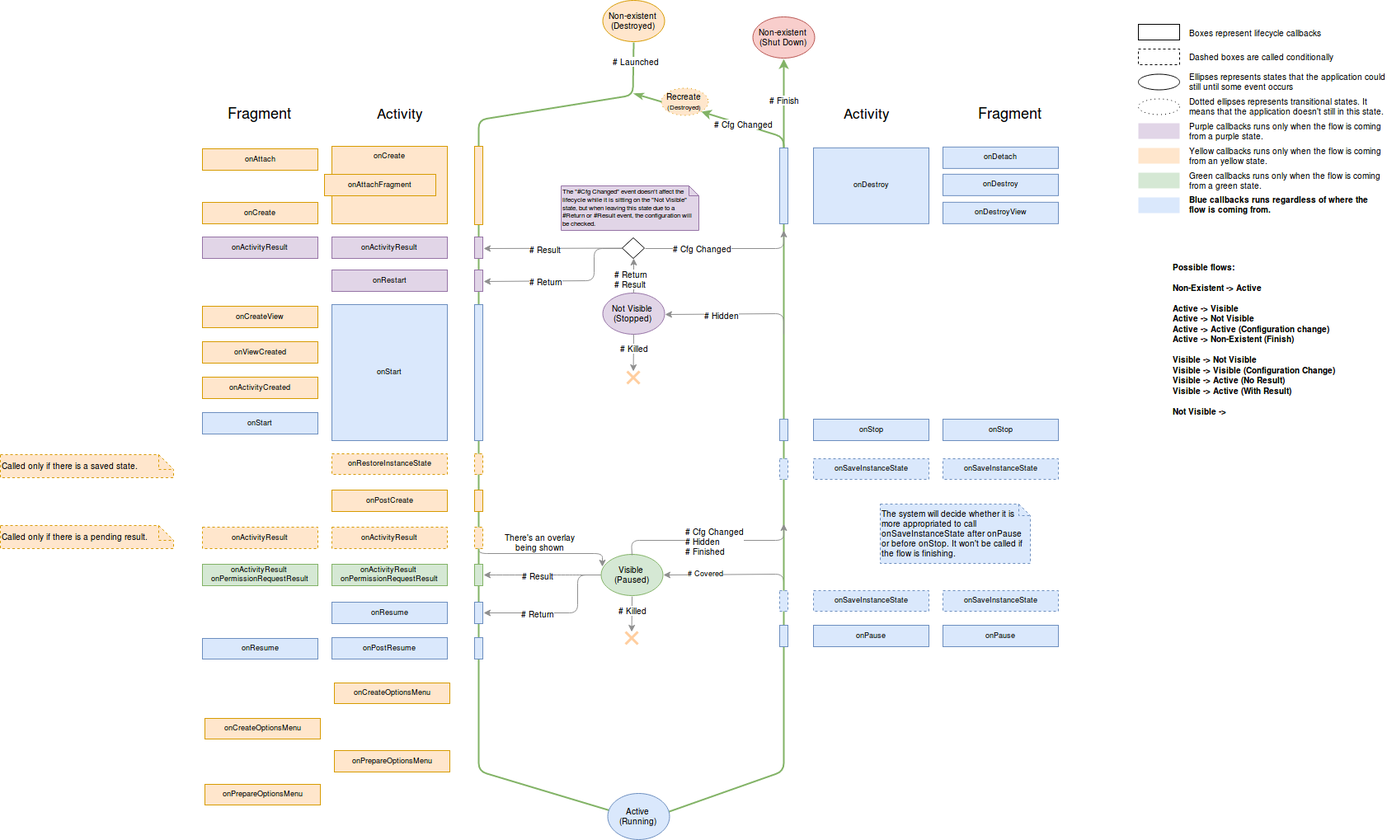
Earlier version of the draw.io export doc/Lifecycle.png (TartagliaEG/android-lifecycle-tests). Source tidied: cells renumbered, new cells last; positions are measured from the earlier drawing's top-left corner, leaving out a move shared by most shapes.
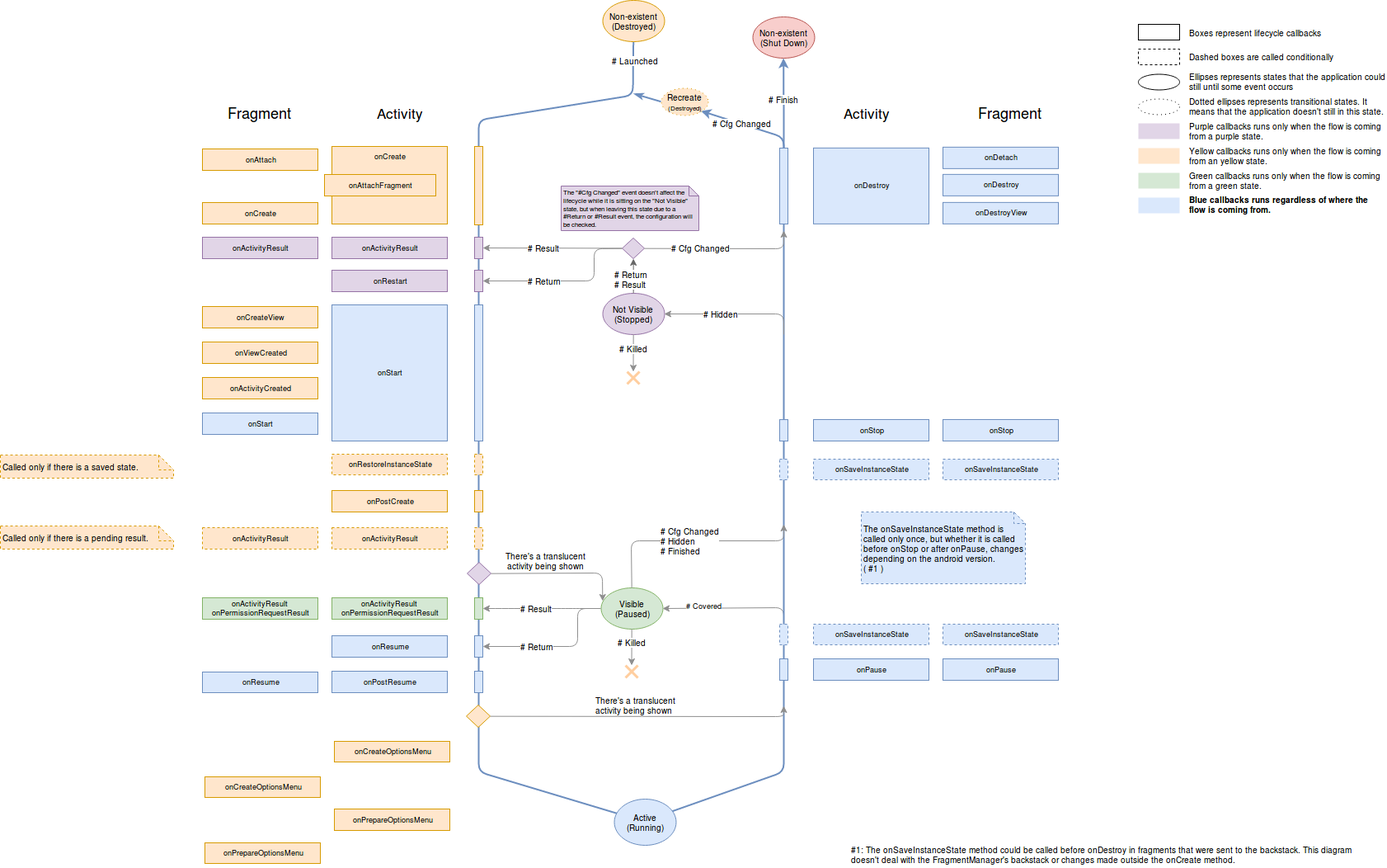
The same diagram one commit later.

What changed in the source:
```diff
@@ -4,8 +4,6 @@
     <mxCell id="1" parent="0" />
-    <mxCell id="2" style="endArrow=classic;html=1;strokeColor=#8F8F8F;strokeWidth=1;fontFamily=Helvetica;fontSize=10;entryX=0.033;entryY=0.318;entryPerimeter=0;" parent="1" edge="1" target="52">
+    <mxCell id="2" style="endArrow=classic;html=1;strokeColor=#8F8F8F;strokeWidth=1;fontFamily=Helvetica;fontSize=10;entryX=0.033;entryY=0.318;entryPerimeter=0;fillColor=#e1d5e7;exitX=1;exitY=0.5;" parent="1" edge="1" source="118" target="52">
       <mxGeometry relative="1" as="geometry">
-        <mxPoint x="580" y="662" as="sourcePoint" />
         <Array as="points">
-          <mxPoint x="580" y="671" />
-          <mxPoint x="730" y="671" />
+          <mxPoint x="730" y="694" />
         </Array>
@@ -13,5 +11,5 @@
     </mxCell>
-    <mxCell id="3" value="There's an overlay&lt;br&gt;being shown" style="text;html=1;align=center;verticalAlign=middle;labelBackgroundColor=#ffffff;fontSize=10;fontFamily=Helvetica;" parent="2" vertex="1">
+    <mxCell id="3" value="There's a translucent&lt;br&gt;activity being shown" style="text;html=1;align=center;verticalAlign=middle;labelBackgroundColor=#ffffff;fontSize=10;fontFamily=Helvetica;" parent="2" vertex="1">
       <mxGeometry x="-0.08" y="-1" relative="1" as="geometry">
-        <mxPoint x="2" y="-16" as="offset" />
+        <mxPoint x="-12" y="-16" as="offset" />
       </mxGeometry>
@@ -25,12 +23,12 @@
     <mxCell id="6" value="onResume" style="whiteSpace=wrap;html=1;strokeWidth=1;fillColor=#dae8fc;strokeColor=#6c8ebf;fontSize=9;" parent="1" vertex="1">
-      <mxGeometry x="402" y="730" width="140" height="26" as="geometry" />
+      <mxGeometry x="402" y="770" width="140" height="26" as="geometry" />
     </mxCell>
     <mxCell id="7" value="onPostResume" style="whiteSpace=wrap;html=1;strokeWidth=1;fillColor=#dae8fc;strokeColor=#6c8ebf;fontSize=9;" parent="1" vertex="1">
-      <mxGeometry x="402" y="773" width="140" height="26" as="geometry" />
+      <mxGeometry x="402" y="813" width="140" height="26" as="geometry" />
     </mxCell>
     <mxCell id="8" value="onCreateOptionsMenu" style="whiteSpace=wrap;html=1;strokeWidth=1;fillColor=#ffe6cc;strokeColor=#d79b00;fontSize=9;" parent="1" vertex="1">
-      <mxGeometry x="405" y="828" width="140" height="25" as="geometry" />
+      <mxGeometry x="405" y="898" width="140" height="25" as="geometry" />
     </mxCell>
     <mxCell id="9" value="onPrepareOptionsMenu" style="whiteSpace=wrap;html=1;strokeWidth=1;fillColor=#ffe6cc;strokeColor=#d79b00;fontSize=9;" parent="1" vertex="1">
-      <mxGeometry x="405" y="910" width="140" height="26" as="geometry" />
+      <mxGeometry x="405" y="980" width="140" height="26" as="geometry" />
     </mxCell>
@@ -52,15 +50,15 @@
     <mxCell id="15" value="onResume" style="whiteSpace=wrap;html=1;strokeWidth=1;fillColor=#dae8fc;strokeColor=#6c8ebf;fontSize=9;" parent="1" vertex="1">
-      <mxGeometry x="245" y="774" width="140" height="25" as="geometry" />
+      <mxGeometry x="245" y="814" width="140" height="25" as="geometry" />
     </mxCell>
     <mxCell id="16" value="onCreateOptionsMenu" style="whiteSpace=wrap;html=1;strokeWidth=1;fillColor=#ffe6cc;strokeColor=#d79b00;fontSize=9;" parent="1" vertex="1">
-      <mxGeometry x="248" y="871" width="140" height="25" as="geometry" />
+      <mxGeometry x="248" y="941" width="140" height="25" as="geometry" />
     </mxCell>
     <mxCell id="17" value="onPrepareOptionsMenu" style="whiteSpace=wrap;html=1;strokeWidth=1;fillColor=#ffe6cc;strokeColor=#d79b00;fontSize=9;" parent="1" vertex="1">
-      <mxGeometry x="248" y="951" width="140" height="25" as="geometry" />
+      <mxGeometry x="248" y="1021" width="140" height="25" as="geometry" />
     </mxCell>
     <mxCell id="18" value="onPause" style="whiteSpace=wrap;html=1;strokeWidth=1;fillColor=#dae8fc;strokeColor=#6c8ebf;fontSize=9;" parent="1" vertex="1">
-      <mxGeometry x="986" y="758" width="140" height="26" as="geometry" />
+      <mxGeometry x="986" y="798" width="140" height="26" as="geometry" />
     </mxCell>
     <mxCell id="19" value="onPause" style="whiteSpace=wrap;html=1;strokeWidth=1;fillColor=#dae8fc;strokeColor=#6c8ebf;fontSize=9;" parent="1" vertex="1">
-      <mxGeometry x="1143" y="758" width="140" height="26" as="geometry" />
+      <mxGeometry x="1143" y="798" width="140" height="26" as="geometry" />
     </mxCell>
@@ -115,3 +113,3 @@
     <mxCell id="36" value="onActivityResult&lt;br&gt;onPermissionRequestResult" style="whiteSpace=wrap;html=1;strokeWidth=1;fillColor=#d5e8d4;strokeColor=#82b366;fontSize=9;gradientDirection=east;" parent="1" vertex="1">
-      <mxGeometry x="402" y="684" width="140" height="26" as="geometry" />
+      <mxGeometry x="402" y="724" width="140" height="26" as="geometry" />
     </mxCell>
@@ -121,6 +119,6 @@
     <mxCell id="38" value="onSaveInstanceState" style="whiteSpace=wrap;html=1;strokeWidth=1;fillColor=#dae8fc;strokeColor=#6c8ebf;dashed=1;fontSize=9;" parent="1" vertex="1">
-      <mxGeometry x="986" y="716" width="140" height="25" as="geometry" />
+      <mxGeometry x="986" y="756" width="140" height="25" as="geometry" />
     </mxCell>
     <mxCell id="39" value="onSaveInstanceState" style="whiteSpace=wrap;html=1;strokeWidth=1;fillColor=#dae8fc;strokeColor=#6c8ebf;dashed=1;fontSize=9;" parent="1" vertex="1">
-      <mxGeometry x="1143" y="716" width="140" height="25" as="geometry" />
+      <mxGeometry x="1143" y="756" width="140" height="25" as="geometry" />
     </mxCell>
@@ -131,5 +129,5 @@
       <mxGeometry relative="1" as="geometry">
-        <mxPoint x="950" y="730" as="sourcePoint" />
+        <mxPoint x="950" y="770" as="sourcePoint" />
         <Array as="points">
-          <mxPoint x="950" y="696" />
+          <mxPoint x="950" y="736" />
         </Array>
@@ -142,3 +140,3 @@
     </mxCell>
-    <mxCell id="43" style="endArrow=classic;html=1;fontSize=9;strokeColor=#82b366;strokeWidth=2;fillColor=#d5e8d4;entryX=0.5;entryY=1;exitX=0.5;exitY=1;" parent="1" edge="1" source="46" target="70">
+    <mxCell id="43" style="endArrow=classic;html=1;fontSize=9;strokeColor=#6c8ebf;strokeWidth=2;fillColor=#dae8fc;entryX=0.5;entryY=1;exitX=0.5;exitY=1;" parent="1" edge="1" source="46" target="70">
       <mxGeometry relative="1" as="geometry">
@@ -169,3 +167,3 @@
     <mxCell id="48" value="onActivityResult&lt;br&gt;onPermissionRequestResult" style="whiteSpace=wrap;html=1;strokeWidth=1;fillColor=#d5e8d4;strokeColor=#82b366;fontSize=9;gradientDirection=east;" parent="1" vertex="1">
-      <mxGeometry x="245" y="684" width="140" height="26" as="geometry" />
+      <mxGeometry x="245" y="724" width="140" height="26" as="geometry" />
     </mxCell>
@@ -174,3 +172,3 @@
     </mxCell>
-    <mxCell id="50" style="endArrow=classic;html=1;strokeColor=#82b366;strokeWidth=2;fontFamily=Helvetica;fontSize=10;endFill=1;fillColor=#d5e8d4;entryX=1;entryY=1;" parent="1" edge="1" target="78">
+    <mxCell id="50" style="endArrow=classic;html=1;strokeColor=#6c8ebf;strokeWidth=2;fontFamily=Helvetica;fontSize=10;endFill=1;fillColor=#dae8fc;entryX=1;entryY=1;" parent="1" edge="1" target="78">
       <mxGeometry relative="1" as="geometry">
@@ -188,8 +186,8 @@
     <mxCell id="52" value="Visible&lt;br&gt;(Paused)" style="ellipse;whiteSpace=wrap;html=1;rounded=1;shadow=0;glass=0;strokeColor=#82b366;strokeWidth=1;fillColor=#d5e8d4;fontFamily=Helvetica;fontSize=10;align=center;" parent="1" vertex="1">
-      <mxGeometry x="728" y="672" width="75" height="50" as="geometry" />
+      <mxGeometry x="728" y="712" width="75" height="50" as="geometry" />
     </mxCell>
     <mxCell id="53" value="Active&lt;br&gt;(Running)" style="ellipse;whiteSpace=wrap;html=1;rounded=1;shadow=0;glass=0;strokeColor=#6c8ebf;strokeWidth=1;fillColor=#dae8fc;fontFamily=Helvetica;fontSize=10;align=center;verticalAlign=middle;" parent="1" vertex="1">
-      <mxGeometry x="736" y="962" width="75" height="56" as="geometry" />
+      <mxGeometry x="744" y="968" width="75" height="56" as="geometry" />
     </mxCell>
-    <mxCell id="54" style="endArrow=classic;html=1;strokeColor=#8F8F8F;strokeWidth=1;fontFamily=Helvetica;fontSize=10;entryX=1;entryY=0.5;" parent="1" edge="1" source="56" target="80">
+    <mxCell id="54" style="endArrow=classic;html=1;strokeColor=#8F8F8F;strokeWidth=1;fontFamily=Helvetica;fontSize=10;entryX=1;entryY=0.5;fillColor=#e1d5e7;" parent="1" edge="1" source="56" target="80">
       <mxGeometry relative="1" as="geometry" />
@@ -201,6 +199,6 @@
     </mxCell>
-    <mxCell id="56" value="&lt;div align=&quot;center&quot;&gt;&lt;br&gt;&lt;/div&gt;" style="rhombus;whiteSpace=wrap;html=1;rounded=0;shadow=0;glass=0;comic=0;labelBackgroundColor=none;strokeColor=#000000;strokeWidth=1;fillColor=#ffffff;fontFamily=Helvetica;fontSize=10;align=center;" parent="1" vertex="1">
+    <mxCell id="56" value="&lt;div align=&quot;center&quot;&gt;&lt;br&gt;&lt;/div&gt;" style="rhombus;whiteSpace=wrap;html=1;rounded=0;shadow=0;glass=0;comic=0;labelBackgroundColor=none;strokeColor=#9673a6;strokeWidth=1;fillColor=#e1d5e7;fontFamily=Helvetica;fontSize=10;align=center;" parent="1" vertex="1">
       <mxGeometry x="754" y="288" width="27" height="25" as="geometry" />
     </mxCell>
-    <mxCell id="57" style="endArrow=classic;html=1;strokeColor=#8F8F8F;strokeWidth=1;fontFamily=Helvetica;fontSize=10;exitX=0.5;exitY=0;entryX=0.5;entryY=1;" parent="1" edge="1" source="49" target="56">
+    <mxCell id="57" style="endArrow=classic;html=1;strokeColor=#666666;strokeWidth=1;fontFamily=Helvetica;fontSize=10;exitX=0.5;exitY=0;entryX=0.5;entryY=1;fillColor=#f5f5f5;" parent="1" edge="1" source="49" target="56">
       <mxGeometry relative="1" as="geometry" />
@@ -276,3 +274,3 @@
     <mxCell id="72" style="endArrow=classic;html=1;strokeColor=#8F8F8F;strokeWidth=1;fontFamily=Helvetica;fontSize=10;exitX=0.5;exitY=1;" parent="1" edge="1" source="52" target="74">
-      <mxGeometry x="1625.5" y="739" as="geometry" />
+      <mxGeometry x="1625.5" y="779" as="geometry" />
     </mxCell>
@@ -284,5 +282,5 @@
     <mxCell id="74" style="shape=umlDestroy;whiteSpace=wrap;html=1;strokeWidth=3;rounded=0;shadow=0;glass=0;comic=0;labelBackgroundColor=none;fillColor=#ffe6cc;fontFamily=Helvetica;fontSize=10;align=left;strokeColor=#FFCE9F;" parent="1" vertex="1">
-      <mxGeometry x="758" y="766" width="15" height="15" as="geometry" />
+      <mxGeometry x="758" y="806" width="15" height="15" as="geometry" />
     </mxCell>
-    <mxCell id="75" style="edgeStyle=orthogonalEdgeStyle;curved=1;html=1;endArrow=classic;endFill=1;jettySize=auto;strokeColor=#8F8F8F;strokeWidth=1;fontFamily=Helvetica;fontSize=10;entryX=1;entryY=0.5;" parent="1" edge="1" source="52" target="86">
+    <mxCell id="75" style="edgeStyle=orthogonalEdgeStyle;curved=1;html=1;endArrow=classic;endFill=1;jettySize=auto;strokeColor=#8F8F8F;strokeWidth=1;fontFamily=Helvetica;fontSize=10;entryX=1;entryY=0.5;fillColor=#d5e8d4;" parent="1" edge="1" source="52" target="86">
       <mxGeometry relative="1" as="geometry" />
@@ -294,4 +292,4 @@
     </mxCell>
-    <mxCell id="77" value="The system will decide whether it is more appropriated to call onSaveInstanceState after onPause or before onStop. It won't be called if the flow is finishing." style="shape=note;whiteSpace=wrap;html=1;rounded=0;shadow=0;glass=0;comic=0;labelBackgroundColor=none;strokeColor=#6c8ebf;strokeWidth=1;fillColor=#dae8fc;fontFamily=Helvetica;fontSize=10;align=left;size=14;dashed=1;" parent="1" vertex="1">
-      <mxGeometry x="1067" y="611" width="182" height="72" as="geometry" />
+    <mxCell id="77" value="The onSaveInstanceState method is called only once, but whether it is called before onStop or after onPause, changes depending on the android version.&lt;br&gt;( #1 )" style="shape=note;whiteSpace=wrap;html=1;rounded=0;shadow=0;glass=0;comic=0;labelBackgroundColor=none;strokeColor=#6c8ebf;strokeWidth=1;fillColor=#dae8fc;fontFamily=Helvetica;fontSize=10;align=left;size=14;dashed=1;" parent="1" vertex="1">
+      <mxGeometry x="1044" y="620" width="199" height="87" as="geometry" />
     </mxCell>
@@ -300,3 +298,3 @@
     </mxCell>
-    <mxCell id="79" style="endArrow=classicThin;html=1;strokeColor=#82b366;strokeWidth=2;fontFamily=Helvetica;fontSize=10;exitX=0;exitY=0.5;endFill=1;fillColor=#d5e8d4;" parent="1" edge="1" source="78">
+    <mxCell id="79" style="endArrow=classicThin;html=1;strokeColor=#6c8ebf;strokeWidth=2;fontFamily=Helvetica;fontSize=10;exitX=0;exitY=0.5;endFill=1;fillColor=#dae8fc;" parent="1" edge="1" source="78">
       <mxGeometry relative="1" as="geometry">
@@ -324,12 +322,12 @@
     <mxCell id="86" style="whiteSpace=wrap;html=1;strokeWidth=1;fillColor=#d5e8d4;strokeColor=#82b366;fontSize=9;gradientDirection=east;" parent="1" vertex="1">
-      <mxGeometry x="575" y="684" width="10" height="26" as="geometry" />
+      <mxGeometry x="575" y="724" width="10" height="26" as="geometry" />
     </mxCell>
     <mxCell id="87" style="whiteSpace=wrap;html=1;strokeWidth=1;fillColor=#dae8fc;strokeColor=#6c8ebf;fontSize=9;" parent="1" vertex="1">
-      <mxGeometry x="575" y="730" width="10" height="26" as="geometry" />
+      <mxGeometry x="575" y="770" width="10" height="26" as="geometry" />
     </mxCell>
     <mxCell id="88" style="whiteSpace=wrap;html=1;strokeWidth=1;fillColor=#dae8fc;strokeColor=#6c8ebf;fontSize=9;" parent="1" vertex="1">
-      <mxGeometry x="575" y="773" width="10" height="26" as="geometry" />
+      <mxGeometry x="575" y="813" width="10" height="26" as="geometry" />
     </mxCell>
     <mxCell id="89" style="whiteSpace=wrap;html=1;strokeWidth=1;fillColor=#dae8fc;strokeColor=#6c8ebf;fontSize=9;" parent="1" vertex="1">
-      <mxGeometry x="945" y="758" width="10" height="26" as="geometry" />
+      <mxGeometry x="945" y="798" width="10" height="26" as="geometry" />
     </mxCell>
@@ -342,3 +340,3 @@
     <mxCell id="92" style="whiteSpace=wrap;html=1;strokeWidth=1;fillColor=#dae8fc;strokeColor=#6c8ebf;dashed=1;fontSize=9;" parent="1" vertex="1">
-      <mxGeometry x="945" y="716.1" width="10" height="25" as="geometry" />
+      <mxGeometry x="945" y="756.1" width="10" height="25" as="geometry" />
     </mxCell>
@@ -347,3 +345,3 @@
     </mxCell>
-    <mxCell id="94" style="endArrow=classic;html=1;strokeColor=#8F8F8F;strokeWidth=1;fontFamily=Helvetica;fontSize=10;exitX=0;exitY=0.5;entryX=1;entryY=0.5;" parent="1" edge="1" source="56" target="81">
+    <mxCell id="94" style="endArrow=classic;html=1;strokeColor=#8F8F8F;strokeWidth=1;fontFamily=Helvetica;fontSize=10;exitX=0;exitY=0.5;entryX=1;entryY=0.5;fillColor=#e1d5e7;" parent="1" edge="1" source="56" target="81">
       <mxGeometry relative="1" as="geometry">
@@ -360,7 +358,7 @@
     </mxCell>
-    <mxCell id="96" style="endArrow=classic;html=1;strokeColor=#8F8F8F;strokeWidth=1;fontFamily=Helvetica;fontSize=10;entryX=1;entryY=0.5;exitX=0;exitY=0.5;" parent="1" edge="1" source="52" target="87">
+    <mxCell id="96" style="endArrow=classic;html=1;strokeColor=#8F8F8F;strokeWidth=1;fontFamily=Helvetica;fontSize=10;entryX=1;entryY=0.5;exitX=0;exitY=0.5;fillColor=#d5e8d4;" parent="1" edge="1" source="52" target="87">
       <mxGeometry relative="1" as="geometry">
         <Array as="points">
-          <mxPoint x="700" y="697" />
-          <mxPoint x="700" y="743" />
+          <mxPoint x="700" y="737" />
+          <mxPoint x="700" y="783" />
         </Array>
@@ -427,5 +425,2 @@
     </mxCell>
-    <mxCell id="116" value="&lt;div align=&quot;left&quot;&gt;&lt;b&gt;&lt;font&gt;Possible flows:&lt;br&gt;&lt;br&gt;&lt;/font&gt;Non-Existent -&amp;gt; Active&lt;br&gt;&lt;br&gt;Active -&amp;gt; Visible&lt;br&gt;Active -&amp;gt; Not Visible&lt;br&gt;Active -&amp;gt; Active (Configuration change)&lt;br&gt;Active -&amp;gt; Non-Existent (Finish)&lt;br&gt;&lt;br&gt;Visible -&amp;gt; Not Visible&lt;br&gt;Visible -&amp;gt; Visible (Configuration Change)&lt;br&gt;Visible -&amp;gt; Active (No Result)&lt;br&gt;&lt;/b&gt;&lt;b&gt;&lt;b&gt;Visible &lt;/b&gt;-&amp;gt; Active (With Result)&lt;br&gt;&lt;br&gt;Not Visible -&amp;gt; &lt;br&gt;&lt;br&gt;&lt;br&gt;&lt;br&gt;&lt;/b&gt;&lt;/div&gt;" style="text;html=1;strokeColor=none;fillColor=none;align=center;verticalAlign=middle;whiteSpace=wrap;rounded=0;shadow=0;glass=0;dashed=1;comic=0;labelBackgroundColor=none;fontFamily=Helvetica;fontSize=10;" parent="1" vertex="1">
-      <mxGeometry x="1390" y="364" width="260" height="131" as="geometry" />
-    </mxCell>
     <mxCell id="117" value="The &quot;#Cfg Changed&quot; event doesn't affect the lifecycle while it is sitting on the &quot;Not Visible&quot; state, but when leaving this state due to a #Return or #Result event, the configuration will be checked." style="shape=note;whiteSpace=wrap;html=1;rounded=0;shadow=0;glass=0;comic=0;labelBackgroundColor=none;strokeColor=#9673a6;strokeWidth=1;fillColor=#e1d5e7;fontFamily=Helvetica;fontSize=8;align=left;size=12;verticalAlign=bottom;" parent="1" vertex="1">
@@ -433,2 +428,24 @@
     </mxCell>
+    <mxCell id="118" style="rhombus;whiteSpace=wrap;html=1;rounded=0;shadow=0;glass=0;comic=0;labelBackgroundColor=none;strokeColor=#9673a6;strokeWidth=1;fillColor=#e1d5e7;fontFamily=Helvetica;fontSize=8;align=left;" parent="1" vertex="1">
+      <mxGeometry x="566" y="681" width="29" height="27" as="geometry" />
+    </mxCell>
+    <mxCell id="119" style="rhombus;whiteSpace=wrap;html=1;rounded=0;shadow=0;glass=0;comic=0;labelBackgroundColor=none;strokeColor=#d79b00;strokeWidth=1;fillColor=#ffe6cc;fontFamily=Helvetica;fontSize=8;align=left;" parent="1" vertex="1">
+      <mxGeometry x="565" y="854" width="29" height="27" as="geometry" />
+    </mxCell>
+    <mxCell id="120" style="endArrow=classic;html=1;strokeColor=#8F8F8F;strokeWidth=1;fontFamily=Helvetica;fontSize=8;exitX=1;exitY=0.5;" parent="1" edge="1" source="119">
+      <mxGeometry relative="1" as="geometry">
+        <mxPoint x="950" y="855" as="targetPoint" />
+        <Array as="points">
+          <mxPoint x="950" y="868" />
+        </Array>
+      </mxGeometry>
+    </mxCell>
+    <mxCell id="121" value="&lt;div align=&quot;left&quot;&gt;There's a translucent&lt;br&gt;activity being shown&lt;/div&gt;" style="text;html=1;align=center;verticalAlign=middle;labelBackgroundColor=#ffffff;fontSize=10;fontFamily=Helvetica;" parent="120" vertex="1">
+      <mxGeometry x="-0.04" y="-2" relative="1" as="geometry">
+        <mxPoint x="-2" y="-16" as="offset" />
+      </mxGeometry>
+    </mxCell>
+    <mxCell id="122" value="#1: The onSaveInstanceState method could be called before onDestroy in fragments that were sent to the backstack. This diagram&lt;br&gt;doesn't deal with the FragmentManager's backstack or changes made outside the onCreate method." style="text;html=1;align=left;verticalAlign=top;spacingTop=-4;fontSize=10;fontFamily=Helvetica;" parent="1" vertex="1">
+      <mxGeometry x="1030" y="1021" width="620" height="30" as="geometry" />
+    </mxCell>
   </root>
```
